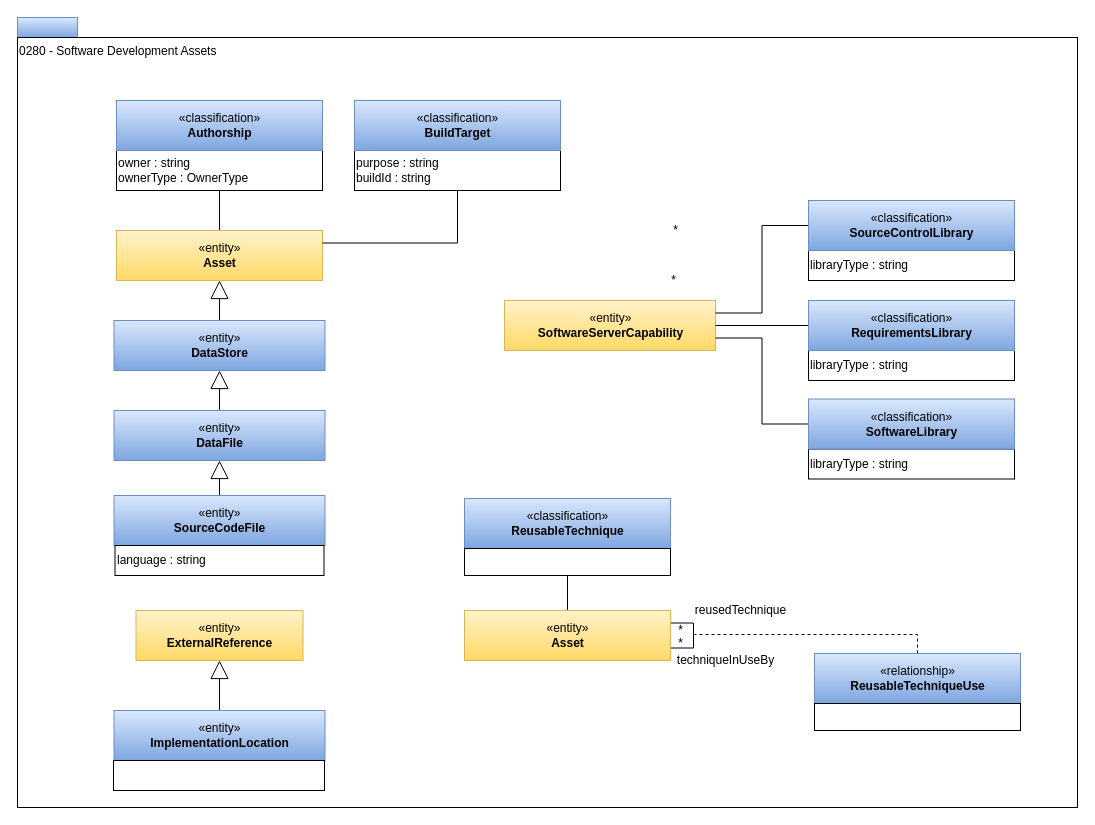
This is page "0280-Software-Development-Assets" (16 of 19) of open-metadata-publication/website/open-metadata-types/area-2-assets.drawio from odpi/egeria, a draw.io file, before an edit. Source tidied: cells renumbered, new cells numbered last; positions are measured from the earlier drawing's top-left corner, leaving out a move shared by most shapes. Both pictures are drawn from the tidied source at 100%, with x=0, y=0 at pixel (17, 17).
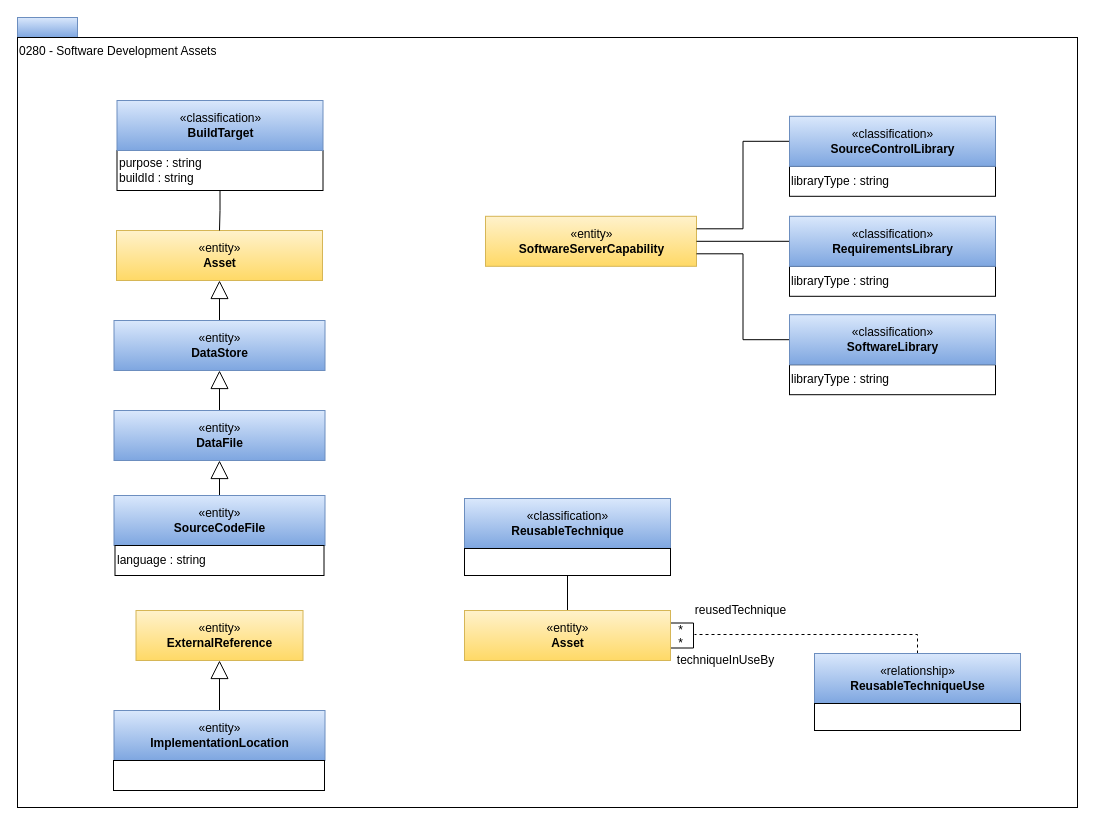
The same diagram, later.

The change refers to these unchanged cells:
```xml
<mxCell id="25" value="«entity»&lt;br&gt;&lt;b&gt;Asset&lt;/b&gt;" style="html=1;strokeColor=#d6b656;align=center;fillColor=#fff2cc;gradientColor=#ffd966;" parent="1" vertex="1">
  <mxGeometry x="99" y="213" width="206" height="50" as="geometry" />
</mxCell>
```

The edit, as a diff of the source:
```diff
@@
     <mxCell id="4" value="«entity»&lt;br&gt;&lt;b&gt;SoftwareServerCapability&lt;/b&gt;" style="html=1;strokeColor=#d6b656;align=center;fillColor=#fff2cc;gradientColor=#ffd966;" parent="1" vertex="1">
-      <mxGeometry x="487" y="283" width="211" height="50" as="geometry" />
+      <mxGeometry x="468" y="198.8" width="211" height="50" as="geometry" />
     </mxCell>
     <mxCell id="5" style="triangle;whiteSpace=wrap;html=1;strokeColor=#000000;gradientColor=#ffffff;align=center;rotation=-90;" parent="1" vertex="1">
-      <mxGeometry x="883" y="440.5" width="17" height="21" as="geometry" />
+      <mxGeometry x="864" y="356.2" width="17" height="21" as="geometry" />
     </mxCell>
@@
     <mxCell id="7" value="libraryType : string" style="rounded=0;whiteSpace=wrap;html=1;strokeColor=#000000;gradientColor=#ffffff;align=left;" parent="1" vertex="1">
-      <mxGeometry x="791" y="233" width="206" height="30" as="geometry" />
+      <mxGeometry x="772" y="148.8" width="206" height="30" as="geometry" />
     </mxCell>
     <mxCell id="8" value="«classification»&lt;br&gt;&lt;b&gt;SourceControlLibrary&lt;/b&gt;" style="html=1;strokeColor=#6c8ebf;align=center;fillColor=#dae8fc;gradientColor=#7ea6e0;" parent="1" vertex="1">
-      <mxGeometry x="791" y="183" width="206" height="50" as="geometry" />
+      <mxGeometry x="772" y="98.8" width="206" height="50" as="geometry" />
     </mxCell>
     <mxCell id="9" value="libraryType : string" style="rounded=0;whiteSpace=wrap;html=1;strokeColor=#000000;gradientColor=#ffffff;align=left;" parent="1" vertex="1">
-      <mxGeometry x="791" y="333" width="206" height="30" as="geometry" />
+      <mxGeometry x="772" y="248.8" width="206" height="30" as="geometry" />
     </mxCell>
@@
     <mxCell id="11" value="«classification»&lt;br&gt;&lt;b&gt;RequirementsLibrary&lt;/b&gt;" style="html=1;strokeColor=#6c8ebf;align=center;fillColor=#dae8fc;gradientColor=#7ea6e0;" parent="1" vertex="1">
-      <mxGeometry x="791" y="283" width="206" height="50" as="geometry" />
+      <mxGeometry x="772" y="198.8" width="206" height="50" as="geometry" />
     </mxCell>
     <mxCell id="12" value="libraryType : string" style="rounded=0;whiteSpace=wrap;html=1;strokeColor=#000000;gradientColor=#ffffff;align=left;" parent="1" vertex="1">
-      <mxGeometry x="791" y="431.5" width="206" height="30" as="geometry" />
+      <mxGeometry x="772" y="347.2" width="206" height="30" as="geometry" />
     </mxCell>
@@
     <mxCell id="14" value="«classification»&lt;br&gt;&lt;b&gt;SoftwareLibrary&lt;/b&gt;" style="html=1;strokeColor=#6c8ebf;align=center;fillColor=#dae8fc;gradientColor=#7ea6e0;" parent="1" vertex="1">
-      <mxGeometry x="791" y="381.5" width="206" height="50" as="geometry" />
+      <mxGeometry x="772" y="297.2" width="206" height="50" as="geometry" />
     </mxCell>
@@
-    <mxCell id="22" style="edgeStyle=orthogonalEdgeStyle;rounded=0;jettySize=auto;html=1;exitX=0.5;exitY=1;exitDx=0;exitDy=0;entryX=0.5;entryY=0;entryDx=0;entryDy=0;endArrow=none;endFill=0;" parent="1" edge="1" source="23" target="25">
-      <mxGeometry relative="1" as="geometry" />
-    </mxCell>
-    <mxCell id="23" value="owner : string&lt;br&gt;ownerType : OwnerType" style="rounded=0;whiteSpace=wrap;html=1;strokeColor=#000000;gradientColor=#ffffff;align=left;" parent="1" vertex="1">
-      <mxGeometry x="99" y="133" width="206" height="40" as="geometry" />
-    </mxCell>
-    <mxCell id="24" value="«classification»&lt;br&gt;&lt;b&gt;Authorship&lt;/b&gt;" style="html=1;strokeColor=#6c8ebf;align=center;fillColor=#dae8fc;gradientColor=#7ea6e0;" parent="1" vertex="1">
-      <mxGeometry x="99" y="83" width="206" height="50" as="geometry" />
-    </mxCell>
@@
-    <mxCell id="26" style="edgeStyle=orthogonalEdgeStyle;rounded=0;jettySize=auto;html=1;exitX=0.5;exitY=1;exitDx=0;exitDy=0;entryX=1;entryY=0.25;entryDx=0;entryDy=0;startSize=12;endArrow=none;endFill=0;endSize=20;" parent="1" edge="1" source="27" target="25">
+    <mxCell id="26" style="edgeStyle=orthogonalEdgeStyle;rounded=0;jettySize=auto;html=1;exitX=0.5;exitY=1;exitDx=0;exitDy=0;entryX=0.5;entryY=0;entryDx=0;entryDy=0;startSize=12;endArrow=none;endFill=0;endSize=20;" parent="1" edge="1" source="27" target="25">
       <mxGeometry relative="1" as="geometry" />
     </mxCell>
     <mxCell id="27" value="purpose : string&lt;br&gt;buildId : string" style="rounded=0;whiteSpace=wrap;html=1;strokeColor=#000000;gradientColor=#ffffff;align=left;" parent="1" vertex="1">
-      <mxGeometry x="337" y="133" width="206" height="40" as="geometry" />
+      <mxGeometry x="99.5" y="133" width="206" height="40" as="geometry" />
     </mxCell>
     <mxCell id="28" value="«classification»&lt;br&gt;&lt;b&gt;BuildTarget&lt;/b&gt;" style="html=1;strokeColor=#6c8ebf;align=center;fillColor=#dae8fc;gradientColor=#7ea6e0;" parent="1" vertex="1">
-      <mxGeometry x="337" y="83" width="206" height="50" as="geometry" />
+      <mxGeometry x="99.5" y="83" width="206" height="50" as="geometry" />
     </mxCell>
@@
-    <mxCell id="39" value="*" style="text;html=1;align=center;verticalAlign=middle;" parent="1" vertex="1">
-      <mxGeometry x="648" y="203" width="20" height="20" as="geometry" />
-    </mxCell>
-    <mxCell id="40" value="*" style="text;html=1;align=center;verticalAlign=middle;" parent="1" vertex="1">
-      <mxGeometry x="646" y="253" width="20" height="20" as="geometry" />
-    </mxCell>
```
